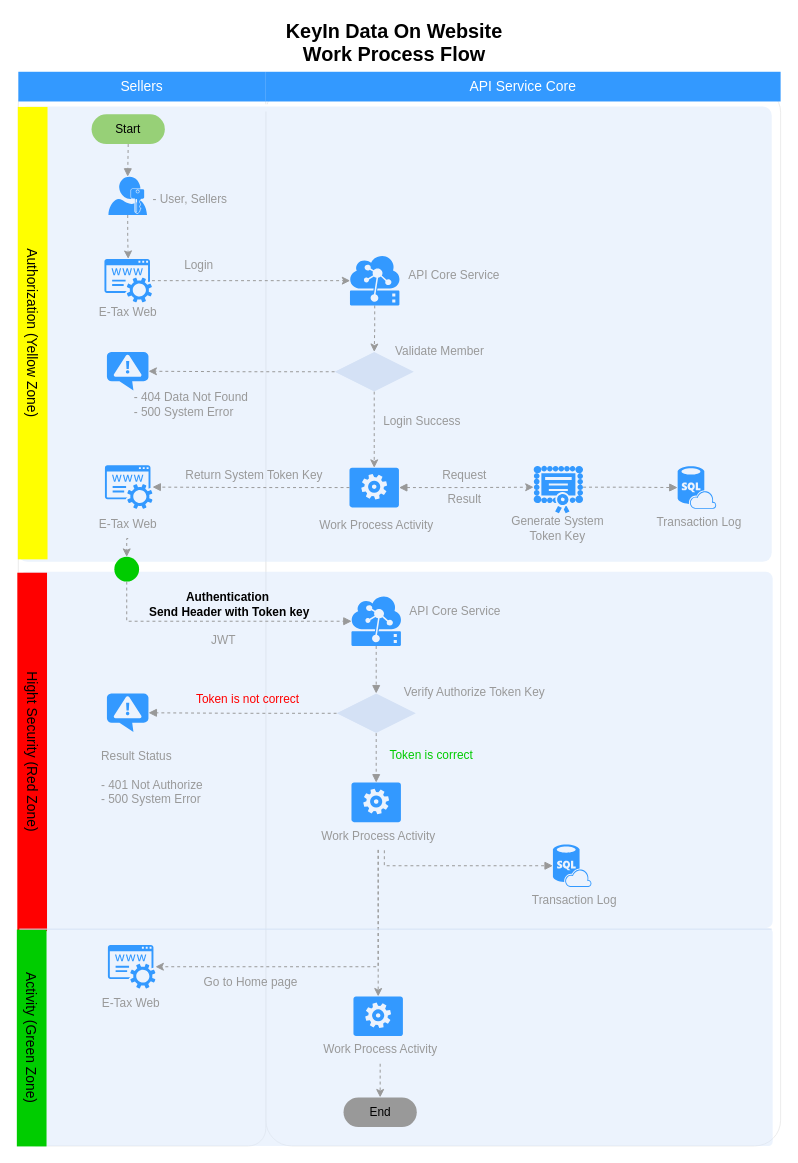
This is KeyIn Data.drawio from nirawat/eTax, a draw.io file, before an edit. Source tidied: cells renumbered, new cells numbered last; positions are measured from the earlier drawing's top-left corner, leaving out a move shared by most shapes. Both pictures are drawn from the tidied source at 99%, with x=0, y=0 at pixel (-194, 17).
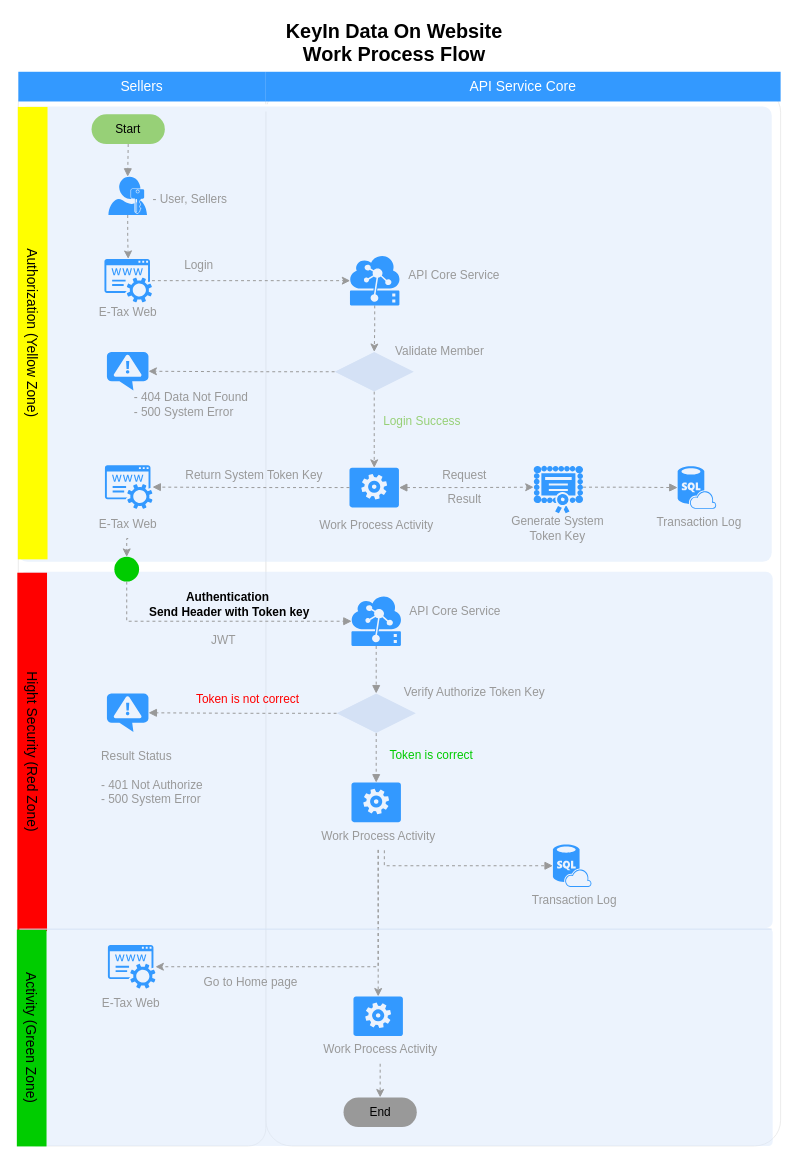
The same diagram, later.

What changed in the source:
```diff
@@
-    <mxCell id="62" value="Login Success&lt;br&gt;" style="text;html=1;strokeColor=none;fillColor=none;align=left;verticalAlign=middle;whiteSpace=wrap;rounded=0;fontSize=12;fontColor=#999999;" parent="1" vertex="1">
+    <mxCell id="62" value="Login Success&lt;br&gt;" style="text;html=1;strokeColor=none;fillColor=none;align=left;verticalAlign=middle;whiteSpace=wrap;rounded=0;fontSize=12;fontColor=#97D077;" parent="1" vertex="1">
       <mxGeometry x="581" y="391" width="102" height="34" as="geometry" />
     </mxCell>
```
